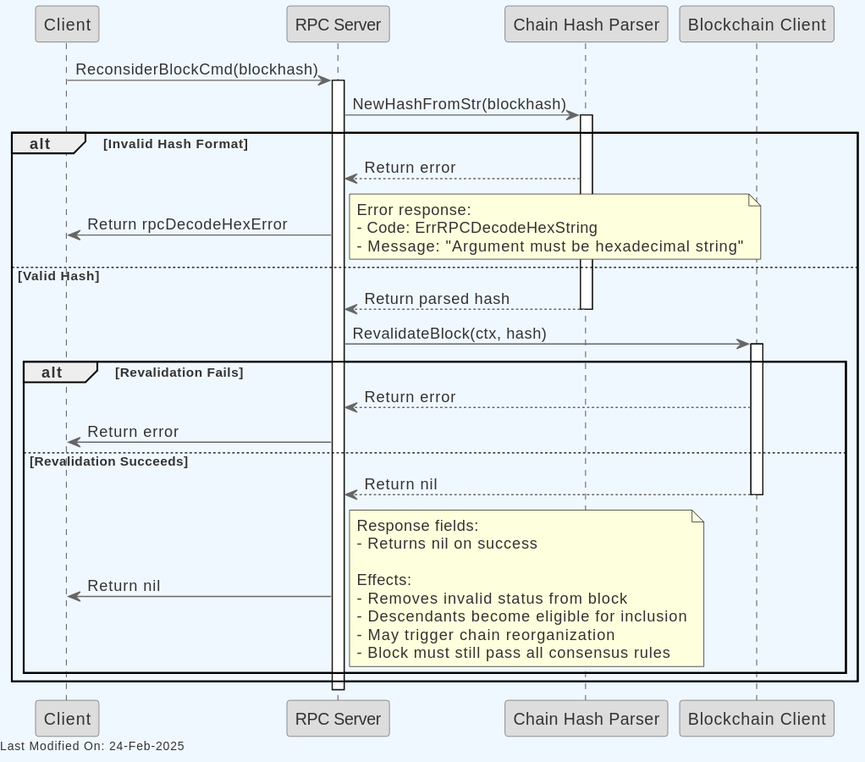
freemans13/teranode keeps this PlantUML diagram as docs/topics/services/img/plantuml/rpc/rpc-reconsider-block.svg. Above is the earlier version. Its source is kept beside it as docs/topics/services/img/plantuml/rpc/rpc-reconsider-block.puml.
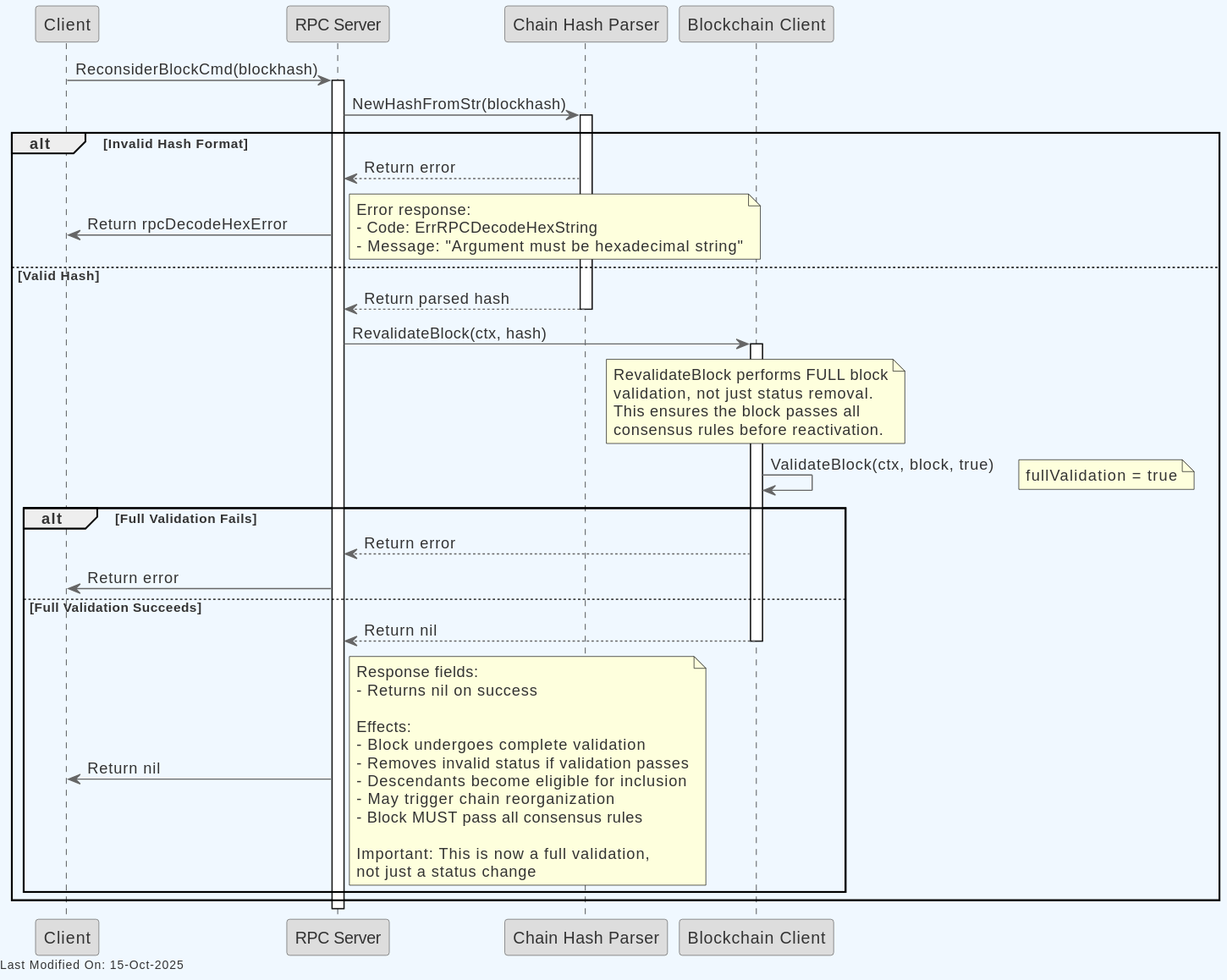
Above is the later version.

Commit message:
docs: Update RPC reconsider-block documentation for full validation (#4256)

What changed in the source:
```diff
@@ -47,10 +47,20 @@
     RPC -> Blockchain : RevalidateBlock(ctx, hash)
     activate Blockchain
 
-    alt Revalidation Fails
+    note over Blockchain
+        RevalidateBlock performs FULL block
+        validation, not just status removal.
+        This ensures the block passes all
+        consensus rules before reactivation.
+    end note
+
+    Blockchain -> Blockchain : ValidateBlock(ctx, block, true)
+    note right: fullValidation = true
+
+    alt Full Validation Fails
         Blockchain --> RPC : Return error
         RPC -> Client : Return error
-    else Revalidation Succeeds
+    else Full Validation Succeeds
         Blockchain --> RPC : Return nil
         deactivate Blockchain
 
@@ -60,10 +70,14 @@
             - Returns nil on success
 
             Effects:
-            - Removes invalid status from block
+            - Block undergoes complete validation
+            - Removes invalid status if validation passes
             - Descendants become eligible for inclusion
             - May trigger chain reorganization
-            - Block must still pass all consensus rules
+            - Block MUST pass all consensus rules
+
+            Important: This is now a full validation,
+            not just a status change
         end note
     end
 end
```
